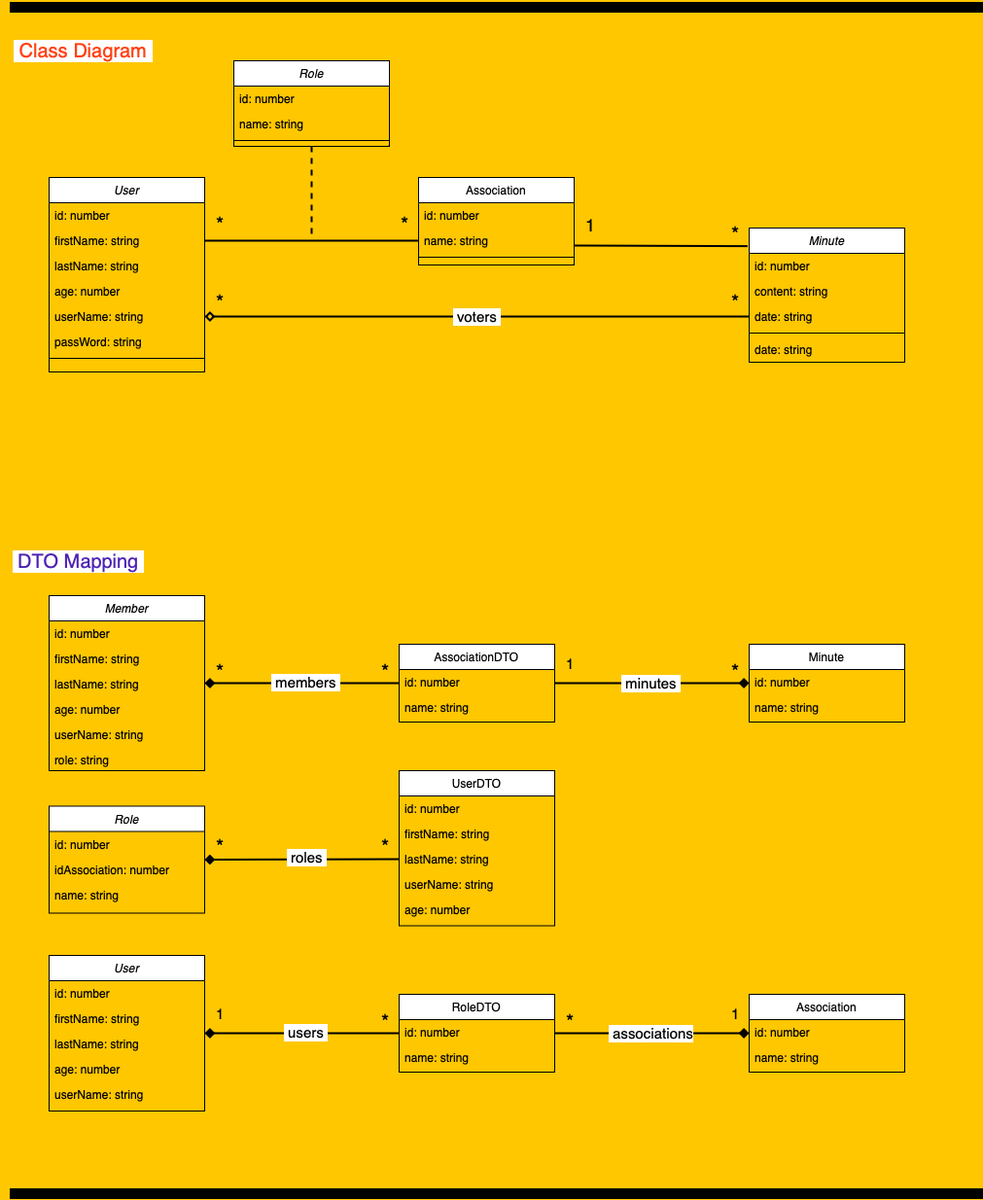
Above: Classe Diagram.drawio.png in ZieAmara/fr-administration-api (draw.io), before the change. Source tidied: cells renumbered, new cells last; positions are measured from the earlier drawing's top-left corner, leaving out a move shared by most shapes.
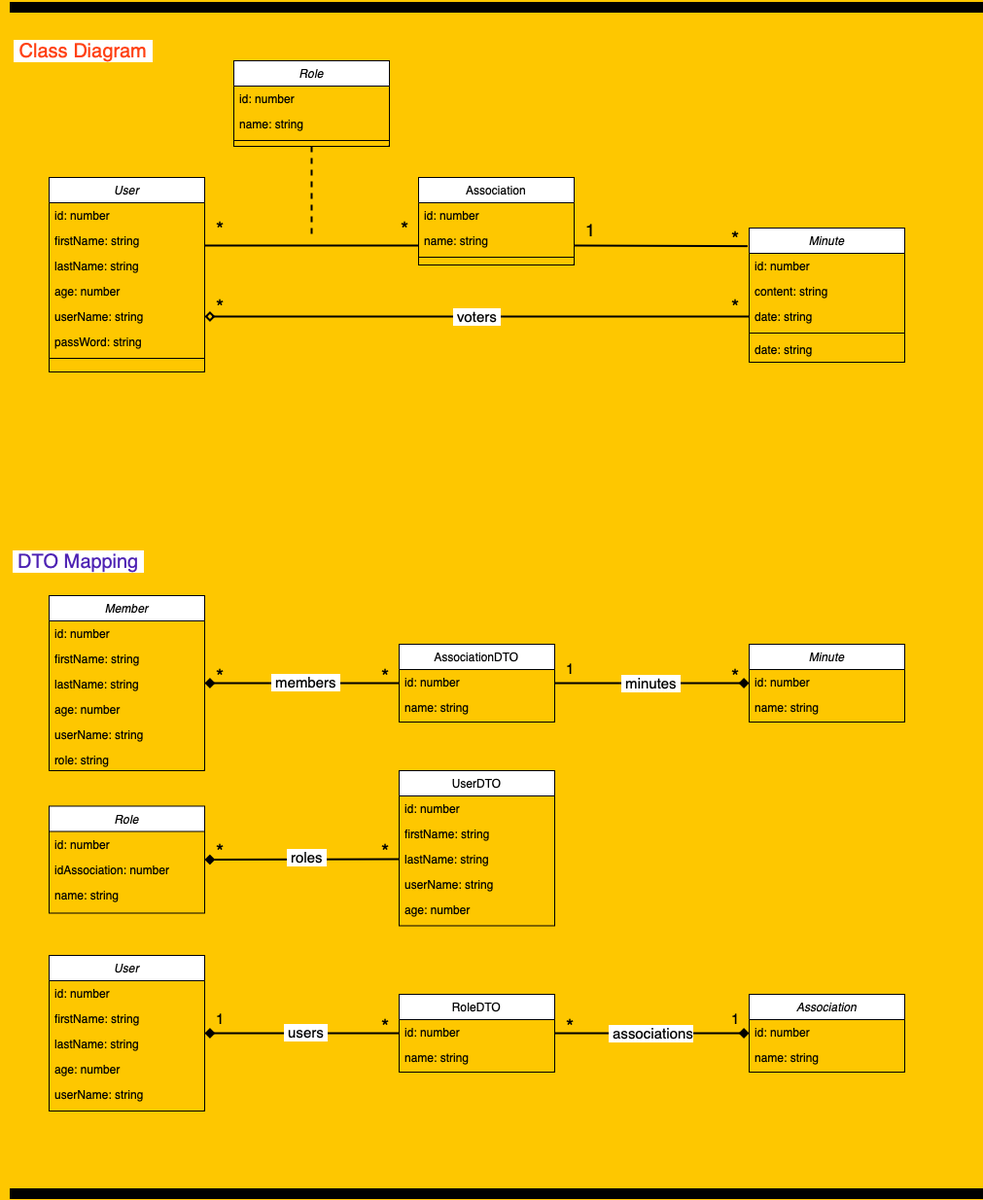
After the commit.

Change to the diagram source:
```diff
@@ -38,8 +38,10 @@
     <mxCell id="13" style="line;html=1;strokeWidth=1;align=left;verticalAlign=middle;spacingTop=-1;spacingLeft=3;spacingRight=3;labelPosition=right;" parent="10" vertex="1">
       <mxGeometry y="78" width="160" height="8" as="geometry" />
     </mxCell>
-    <mxCell id="14" style="endArrow=none;shadow=0;strokeWidth=2;rounded=0;endFill=0;elbow=vertical;entryX=0;entryY=0.5;entryDx=0;entryDy=0;exitX=1;exitY=0.5;exitDx=0;exitDy=0;" parent="1" edge="1" source="4" target="12">
+    <mxCell id="14" style="endArrow=none;shadow=0;strokeWidth=2;rounded=0;endFill=0;elbow=vertical;entryX=0;entryY=0.5;entryDx=0;entryDy=0;exitX=1;exitY=0.5;exitDx=0;exitDy=0;" parent="1" edge="1">
       <mxGeometry x="0.5" y="41" relative="1" as="geometry">
+        <mxPoint x="210" y="250" as="sourcePoint" />
+        <mxPoint x="430" y="250" as="targetPoint" />
         <mxPoint x="-40" y="32" as="offset" />
       </mxGeometry>
     </mxCell>
@@ -259,7 +261,7 @@
         <mxPoint x="2" y="-4" as="offset" />
       </mxGeometry>
     </mxCell>
-    <mxCell id="75" value="Minute" style="swimlane;fontStyle=0;align=center;verticalAlign=top;horizontal=1;startSize=26;rounded=0;shadow=0;strokeWidth=1;" parent="1" vertex="1">
+    <mxCell id="75" value="Minute" style="swimlane;fontStyle=2;align=center;verticalAlign=top;horizontal=1;startSize=26;rounded=0;shadow=0;strokeWidth=1;" parent="1" vertex="1">
       <mxGeometry x="770" y="660" width="160" height="80" as="geometry" />
     </mxCell>
     <mxCell id="76" value="id: number" style="text;align=left;verticalAlign=top;spacingLeft=4;spacingRight=4;overflow=hidden;rounded=0;shadow=0;html=0;" parent="75" vertex="1">
@@ -307,7 +309,7 @@
     <mxCell id="90" value="&amp;nbsp;users&amp;nbsp;" style="edgeLabel;html=1;align=center;verticalAlign=middle;fontSize=15;" parent="89" vertex="1">
       <mxGeometry x="-0.04" y="-1" relative="1" as="geometry" />
     </mxCell>
-    <mxCell id="91" value="Association" style="swimlane;fontStyle=0;align=center;verticalAlign=top;horizontal=1;startSize=26;rounded=0;shadow=0;strokeWidth=1;" parent="1" vertex="1">
+    <mxCell id="91" value="Association" style="swimlane;fontStyle=2;align=center;verticalAlign=top;horizontal=1;startSize=26;rounded=0;shadow=0;strokeWidth=1;" parent="1" vertex="1">
       <mxGeometry x="770" y="1020" width="160" height="80" as="geometry" />
     </mxCell>
     <mxCell id="92" value="id: number" style="text;align=left;verticalAlign=top;spacingLeft=4;spacingRight=4;overflow=hidden;rounded=0;shadow=0;html=0;" parent="91" vertex="1">
```
